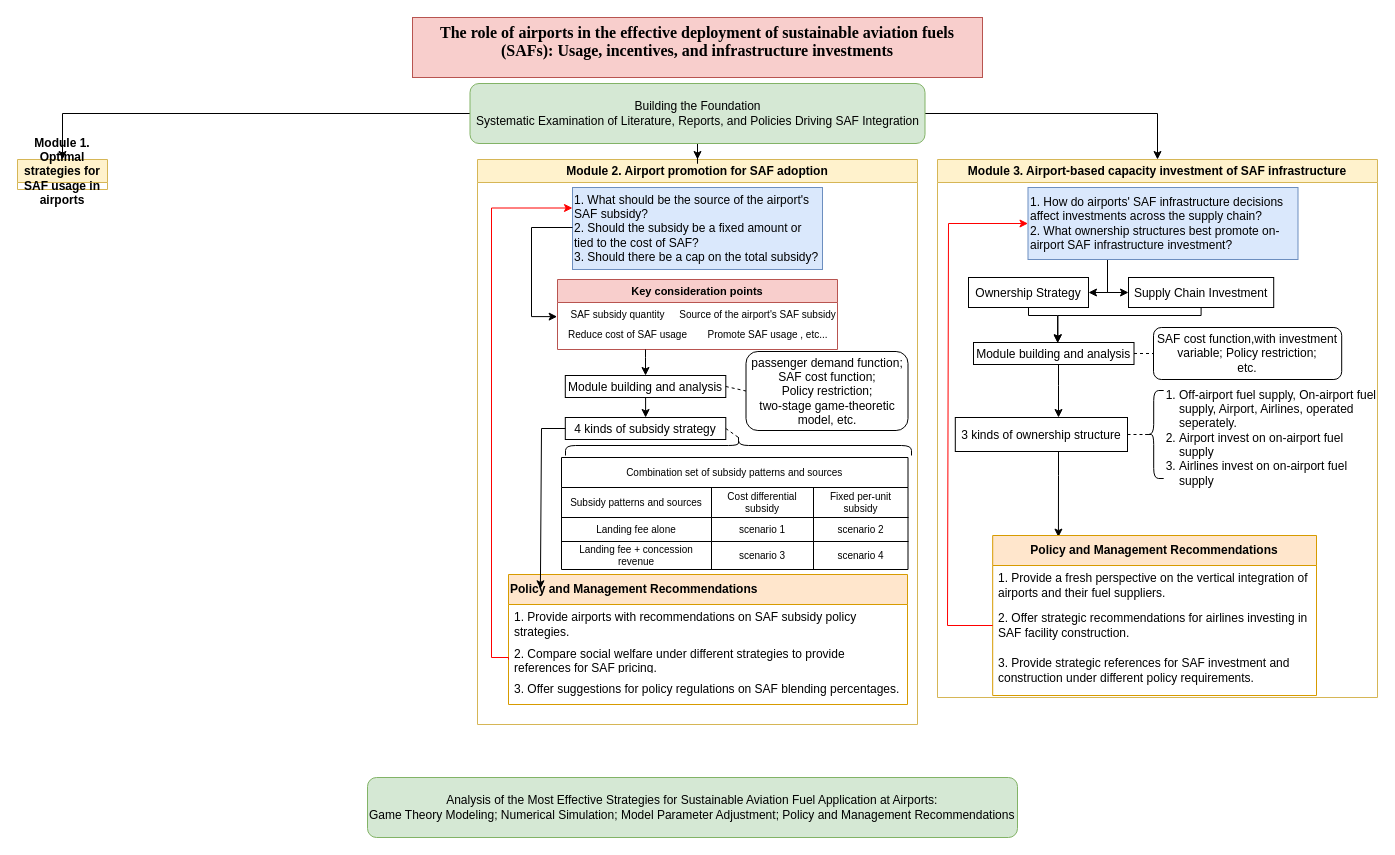
Earlier version of the draw.io diagram 技术路线图.drawio (HengfeiMa95/paper-reading). Source tidied: cells renumbered, new cells numbered last; positions are measured from the earlier drawing's top-left corner, leaving out a move shared by most shapes. Both pictures are drawn from the tidied source at 100%, with x=0, y=0 at pixel (17, 17).
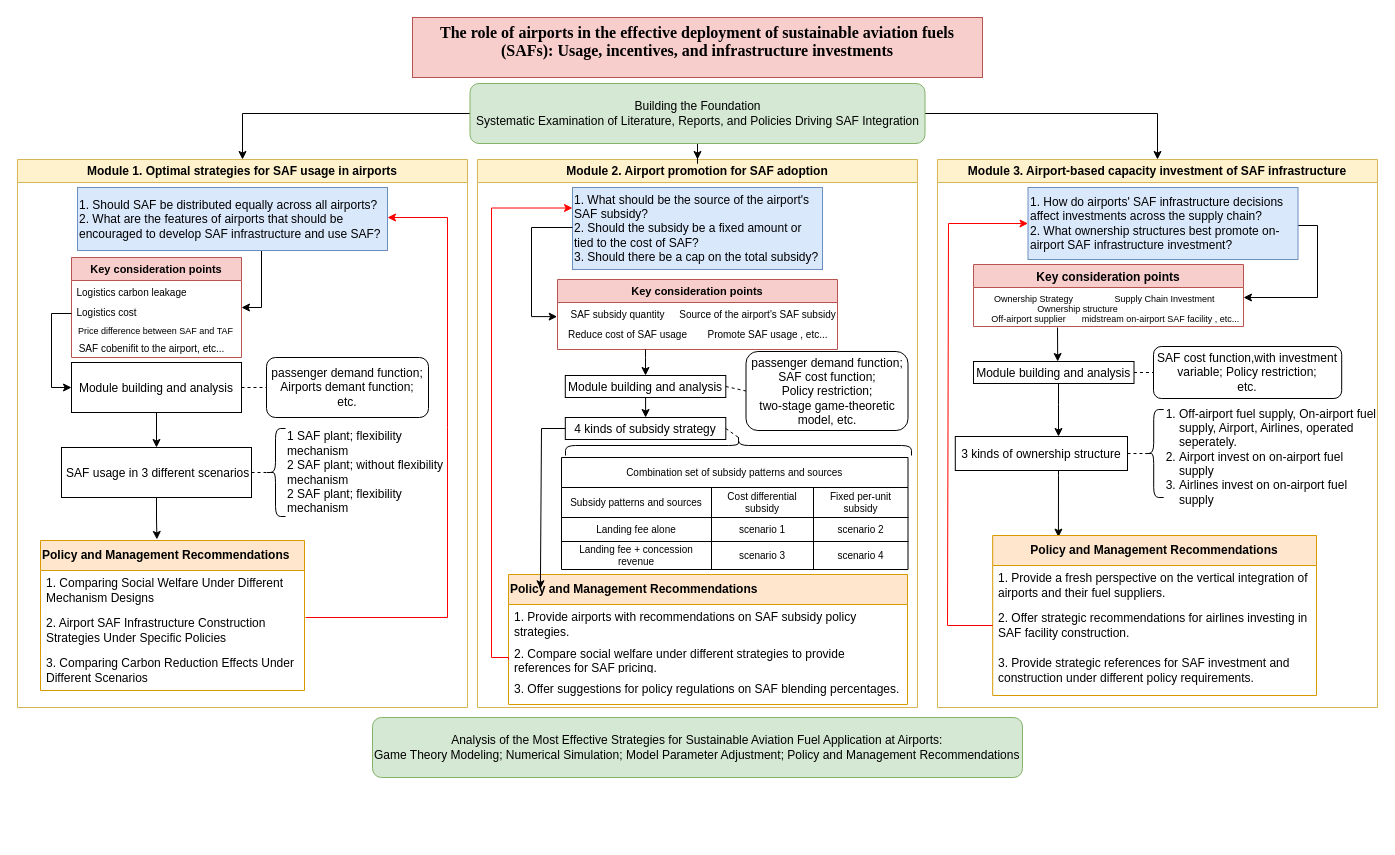
Above is the later version.

Commit message (it also covers changes not shown here):
Update 技术路线图.drawio

Unchanged cells that the change refers to:
```xml
<mxCell id="41" value="&lt;div&gt;1. How do airports' SAF infrastructure decisions affect investments across the supply chain?&lt;/div&gt;&lt;div&gt;2. What ownership structures best promote on-airport SAF infrastructure investment?&lt;/div&gt;" style="text;strokeColor=#6c8ebf;fillColor=#dae8fc;html=1;whiteSpace=wrap;verticalAlign=middle;overflow=hidden;" parent="38" vertex="1">
  <mxGeometry x="90.5" y="28" width="270" height="72" as="geometry" />
</mxCell>
```

The edit, as a diff of the source:
```diff
@@
-    <mxCell id="2" value="Module 1. Optimal strategies for SAF usage in airports" style="swimlane;whiteSpace=wrap;fillColor=#fff2cc;strokeColor=#d6b656;" parent="1" vertex="1" collapsed="1">
-      <mxGeometry y="142" width="90" height="30" as="geometry" />
+    <mxCell id="2" value="Module 1. Optimal strategies for SAF usage in airports" style="swimlane;whiteSpace=wrap;fillColor=#fff2cc;strokeColor=#d6b656;" parent="1" vertex="1">
+      <mxGeometry y="142" width="450" height="548" as="geometry" />
     </mxCell>
+    <mxCell id="66" style="edgeStyle=orthogonalEdgeStyle;rounded=0;jettySize=auto;html=1;entryX=0.5;entryY=0;entryDx=0;entryDy=0;fontFamily=Helvetica;fontSize=12;fontColor=default;" parent="2" edge="1" source="67" target="68">
+      <mxGeometry relative="1" as="geometry" />
+    </mxCell>
+    <mxCell id="67" value="Module building and analysis" parent="2" vertex="1">
+      <mxGeometry x="54" y="203" width="170" height="50" as="geometry" />
+    </mxCell>
+    <mxCell id="68" value=" SAF usage in 3 different scenarios" parent="2" vertex="1">
+      <mxGeometry x="44" y="288" width="190" height="50" as="geometry" />
+    </mxCell>
+    <mxCell id="69" value="passenger demand function;&lt;div&gt;Airports demant function;&lt;/div&gt;&lt;div&gt;etc.&lt;/div&gt;" style="rounded=1;whiteSpace=wrap;html=1;" parent="2" vertex="1">
+      <mxGeometry x="249" y="198" width="162" height="60" as="geometry" />
+    </mxCell>
+    <mxCell id="70" style="endArrow=none;dashed=1;html=1;rounded=0;exitX=1;exitY=0.5;exitDx=0;exitDy=0;entryX=0;entryY=0.5;entryDx=0;entryDy=0;" parent="2" edge="1" source="67" target="69">
+      <mxGeometry relative="1" as="geometry" />
+    </mxCell>
+    <mxCell id="71" style="shape=curlyBracket;whiteSpace=wrap;html=1;rounded=1;labelPosition=left;verticalLabelPosition=middle;align=right;verticalAlign=middle;size=0.5;rotation=0;" parent="2" vertex="1">
+      <mxGeometry x="248" y="269" width="20" height="88" as="geometry" />
+    </mxCell>
+    <mxCell id="72" style="endArrow=none;dashed=1;html=1;rounded=0;fontFamily=Helvetica;fontSize=12;fontColor=default;entryX=0.1;entryY=0.5;entryDx=0;entryDy=0;entryPerimeter=0;exitX=1;exitY=0.5;exitDx=0;exitDy=0;" parent="2" edge="1" source="68" target="71">
+      <mxGeometry relative="1" as="geometry" />
+    </mxCell>
+    <mxCell id="73" value="&lt;span style=&quot;font-weight: 700; text-align: -webkit-center;&quot;&gt;Policy and Management Recommendations&lt;/span&gt;" style="swimlane;fontStyle=0;horizontal=1;startSize=30;whiteSpace=wrap;html=1;align=left;verticalAlign=middle;fontFamily=Helvetica;fontSize=12;fillColor=#ffe6cc;strokeColor=#d79b00;" parent="2" vertex="1">
+      <mxGeometry x="23" y="381" width="264" height="150" as="geometry" />
+    </mxCell>
+    <mxCell id="74" value="1. Comparing Social Welfare Under Different Mechanism Designs" style="text;strokeColor=none;fillColor=none;align=left;verticalAlign=middle;spacingLeft=4;spacingRight=4;overflow=hidden;whiteSpace=wrap;html=1;fontFamily=Helvetica;fontSize=12;fontColor=default;" parent="73" vertex="1">
+      <mxGeometry y="30" width="264" height="40" as="geometry" />
+    </mxCell>
+    <mxCell id="75" value="2. Airport SAF Infrastructure Construction Strategies Under Specific Policies" style="text;strokeColor=none;fillColor=none;align=left;verticalAlign=middle;spacingLeft=4;spacingRight=4;overflow=hidden;whiteSpace=wrap;html=1;fontFamily=Helvetica;fontSize=12;fontColor=default;" parent="73" vertex="1">
+      <mxGeometry y="70" width="264" height="40" as="geometry" />
+    </mxCell>
+    <mxCell id="76" value="3. Comparing Carbon Reduction Effects Under Different Scenarios" style="text;strokeColor=none;fillColor=none;align=left;verticalAlign=middle;spacingLeft=4;spacingRight=4;overflow=hidden;whiteSpace=wrap;html=1;fontFamily=Helvetica;fontSize=12;fontColor=default;" parent="73" vertex="1">
+      <mxGeometry y="110" width="264" height="40" as="geometry" />
+    </mxCell>
+    <mxCell id="77" style="edgeStyle=orthogonalEdgeStyle;rounded=0;jettySize=auto;html=1;entryX=1;entryY=0.5;entryDx=0;entryDy=0;" parent="2" edge="1" source="78" target="82">
+      <mxGeometry relative="1" as="geometry">
+        <Array as="points">
+          <mxPoint x="244" y="148" />
+        </Array>
+      </mxGeometry>
+    </mxCell>
+    <mxCell id="78" value="1. Should SAF be distributed equally across all airports?&amp;nbsp;&lt;div&gt;&lt;span style=&quot;background-color: initial;&quot;&gt;2. What are the features of airports that should be encouraged to develop SAF infrastructure and use SAF?&lt;/span&gt;&lt;br&gt;&lt;/div&gt;" style="text;strokeColor=#6c8ebf;fillColor=#dae8fc;html=1;whiteSpace=wrap;verticalAlign=middle;overflow=hidden;" parent="2" vertex="1">
+      <mxGeometry x="60" y="28" width="310" height="63" as="geometry" />
+    </mxCell>
+    <mxCell id="79" style="endArrow=classic;html=1;rounded=0;fontFamily=Helvetica;fontSize=12;fontColor=default;strokeColor=#FF0000;" parent="2" edge="1">
+      <mxGeometry relative="1" as="geometry">
+        <mxPoint x="288" y="458" as="sourcePoint" />
+        <mxPoint x="370" y="58" as="targetPoint" />
+        <Array as="points">
+          <mxPoint x="430" y="458" />
+          <mxPoint x="430" y="268" />
+          <mxPoint x="430" y="58" />
+        </Array>
+      </mxGeometry>
+    </mxCell>
+    <mxCell id="80" style="edgeStyle=orthogonalEdgeStyle;rounded=0;jettySize=auto;html=1;entryX=0.441;entryY=-0.007;entryDx=0;entryDy=0;entryPerimeter=0;fontFamily=Helvetica;fontSize=12;fontColor=default;" parent="2" edge="1" source="68" target="73">
+      <mxGeometry relative="1" as="geometry" />
+    </mxCell>
+    <mxCell id="81" value="&lt;span style=&quot;background-color: initial;&quot;&gt;1 SAF plant; flexibility mechanism&amp;nbsp;&lt;/span&gt;&lt;br&gt;&lt;span style=&quot;background-color: initial;&quot;&gt;2 SAF plant; without flexibility mechanism&lt;/span&gt;&lt;br&gt;&lt;span style=&quot;background-color: initial;&quot;&gt;2 SAF plant; flexibility mechanism&lt;/span&gt;" style="text;strokeColor=none;fillColor=none;html=1;whiteSpace=wrap;verticalAlign=middle;overflow=hidden;" parent="2" vertex="1">
+      <mxGeometry x="268" y="252" width="162" height="122" as="geometry" />
+    </mxCell>
+    <mxCell id="82" value="Key consideration points" style="swimlane;fillColor=#f8cecc;strokeColor=#b85450;fontSize=11;" parent="2" vertex="1">
+      <mxGeometry x="54" y="98" width="170" height="100" as="geometry" />
+    </mxCell>
+    <mxCell id="83" value="SAF cobenifit to the airport, etc..." style="text;html=1;align=center;verticalAlign=middle;strokeColor=none;fillColor=none;fontSize=10;" parent="82" vertex="1">
+      <mxGeometry x="-5" y="76" width="170" height="30" as="geometry" />
+    </mxCell>
+    <mxCell id="84" value="Logistics carbon leakage" style="text;html=1;align=center;verticalAlign=middle;strokeColor=none;fillColor=none;fontSize=10;" parent="82" vertex="1">
+      <mxGeometry x="-5" y="20" width="130" height="30" as="geometry" />
+    </mxCell>
+    <mxCell id="85" value="Logistics cost" style="text;html=1;align=center;verticalAlign=middle;strokeColor=none;fillColor=none;fontSize=10;" parent="82" vertex="1">
+      <mxGeometry x="-5" y="40" width="80" height="30" as="geometry" />
+    </mxCell>
+    <mxCell id="86" value="Price difference between SAF and TAF" style="text;html=1;align=center;verticalAlign=middle;strokeColor=none;fillColor=none;fontSize=9;" parent="82" vertex="1">
+      <mxGeometry x="-6" y="64" width="180" height="20" as="geometry" />
+    </mxCell>
+    <mxCell id="87" style="edgeStyle=orthogonalEdgeStyle;rounded=0;jettySize=auto;html=1;entryX=0;entryY=0.5;entryDx=0;entryDy=0;" parent="2" edge="1" target="67">
+      <mxGeometry relative="1" as="geometry">
+        <mxPoint x="54" y="154" as="sourcePoint" />
+        <Array as="points">
+          <mxPoint x="34" y="154" />
+          <mxPoint x="34" y="228" />
+        </Array>
+      </mxGeometry>
+    </mxCell>
     <mxCell id="3" value="Module 2. Airport promotion for SAF adoption" style="swimlane;whiteSpace=wrap;fillColor=#fff2cc;strokeColor=#d6b656;" parent="1" vertex="1">
-      <mxGeometry x="460" y="142" width="440" height="565" as="geometry" />
+      <mxGeometry x="460" y="142" width="440" height="548" as="geometry" />
     </mxCell>
@@
     <mxCell id="38" value="Module 3. Airport-based capacity investment of SAF infrastructure" style="swimlane;whiteSpace=wrap;fillColor=#fff2cc;strokeColor=#d6b656;" parent="1" vertex="1">
-      <mxGeometry x="920" y="142" width="440" height="538" as="geometry" />
+      <mxGeometry x="920" y="142" width="440" height="548" as="geometry" />
     </mxCell>
-    <mxCell id="39" style="edgeStyle=orthogonalEdgeStyle;rounded=0;jettySize=auto;html=1;entryX=1;entryY=0.5;entryDx=0;entryDy=0;fontFamily=Helvetica;fontSize=12;fontColor=default;" parent="38" edge="1" source="41" target="43">
-      <mxGeometry relative="1" as="geometry">
-        <Array as="points">
-          <mxPoint x="170" y="133" />
-        </Array>
-      </mxGeometry>
-    </mxCell>
-    <mxCell id="40" style="edgeStyle=orthogonalEdgeStyle;rounded=0;jettySize=auto;html=1;entryX=0;entryY=0.5;entryDx=0;entryDy=0;fontFamily=Helvetica;fontSize=12;fontColor=default;" parent="38" edge="1" source="41" target="45">
-      <mxGeometry relative="1" as="geometry">
-        <Array as="points">
-          <mxPoint x="170" y="133" />
-        </Array>
-      </mxGeometry>
-    </mxCell>
+    <mxCell id="88" style="edgeStyle=orthogonalEdgeStyle;rounded=0;orthogonalLoop=1;jettySize=auto;html=1;entryX=1;entryY=0.5;entryDx=0;entryDy=0;" parent="38" edge="1">
+      <mxGeometry relative="1" as="geometry">
+        <mxPoint x="360.5" y="66" as="sourcePoint" />
+        <mxPoint x="306" y="138" as="targetPoint" />
+        <Array as="points">
+          <mxPoint x="380" y="66" />
+          <mxPoint x="380" y="138" />
+        </Array>
+      </mxGeometry>
+    </mxCell>
@@
-    <mxCell id="42" style="edgeStyle=orthogonalEdgeStyle;rounded=0;jettySize=auto;html=1;entryX=0.524;entryY=0.023;entryDx=0;entryDy=0;fontFamily=Helvetica;fontSize=12;fontColor=default;entryPerimeter=0;" parent="38" edge="1" source="43" target="47">
-      <mxGeometry relative="1" as="geometry">
-        <Array as="points">
-          <mxPoint x="91" y="156" />
-          <mxPoint x="121" y="156" />
-          <mxPoint x="121" y="184" />
-        </Array>
-      </mxGeometry>
-    </mxCell>
-    <mxCell id="43" value="Ownership Strategy" parent="38" vertex="1">
-      <mxGeometry x="31" y="118" width="120" height="30" as="geometry" />
-    </mxCell>
-    <mxCell id="44" style="edgeStyle=orthogonalEdgeStyle;rounded=0;jettySize=auto;html=1;entryX=0.526;entryY=0.008;entryDx=0;entryDy=0;fontFamily=Helvetica;fontSize=12;fontColor=default;entryPerimeter=0;" parent="38" edge="1" source="45" target="47">
-      <mxGeometry relative="1" as="geometry">
-        <Array as="points">
-          <mxPoint x="264" y="156" />
-          <mxPoint x="121" y="156" />
-          <mxPoint x="121" y="183" />
-        </Array>
-      </mxGeometry>
-    </mxCell>
-    <mxCell id="45" value="Supply Chain Investment" parent="38" vertex="1">
-      <mxGeometry x="191" y="118" width="145.2" height="30" as="geometry" />
-    </mxCell>
     <mxCell id="46" style="edgeStyle=orthogonalEdgeStyle;rounded=0;jettySize=auto;html=1;fontFamily=Helvetica;fontSize=12;fontColor=default;" parent="38" edge="1" source="47" target="50">
       <mxGeometry relative="1" as="geometry">
         <Array as="points">
-          <mxPoint x="121" y="226" />
-          <mxPoint x="121" y="226" />
+          <mxPoint x="121" y="245" />
+          <mxPoint x="121" y="245" />
         </Array>
       </mxGeometry>
     </mxCell>
     <mxCell id="47" value="Module building and analysis" parent="38" vertex="1">
-      <mxGeometry x="36" y="183" width="160.5" height="22" as="geometry" />
+      <mxGeometry x="36" y="202" width="160.5" height="22" as="geometry" />
     </mxCell>
     <mxCell id="48" value="SAF cost function,with investment variable; Policy restriction;&lt;br&gt;etc." style="rounded=1;whiteSpace=wrap;html=1;" parent="38" vertex="1">
-      <mxGeometry x="216" y="168" width="188.2" height="52" as="geometry" />
+      <mxGeometry x="216" y="187" width="188.2" height="52" as="geometry" />
     </mxCell>
@@
     <mxCell id="50" value="3 kinds of ownership structure" parent="38" vertex="1">
-      <mxGeometry x="17.8" y="258" width="172.2" height="34" as="geometry" />
+      <mxGeometry x="17.8" y="277" width="172.2" height="34" as="geometry" />
     </mxCell>
     <mxCell id="51" style="shape=curlyBracket;whiteSpace=wrap;html=1;rounded=1;labelPosition=left;verticalLabelPosition=middle;align=right;verticalAlign=middle;size=0.5;rotation=0;" parent="38" vertex="1">
-      <mxGeometry x="206.2" y="231" width="20" height="88" as="geometry" />
+      <mxGeometry x="206.2" y="250" width="20" height="88" as="geometry" />
     </mxCell>
     <mxCell id="52" value="&lt;ol&gt;&lt;li&gt;&lt;span style=&quot;background-color: initial;&quot;&gt;Off-airport fuel supply, On-airport fuel supply, Airport, Airlines, operated seperately.&lt;/span&gt;&lt;/li&gt;&lt;li&gt;&lt;span style=&quot;background-color: initial;&quot;&gt;Airport invest on on-airport fuel supply&lt;/span&gt;&lt;/li&gt;&lt;li&gt;&lt;span style=&quot;background-color: initial;&quot;&gt;Airlines invest on on-airport fuel supply&amp;nbsp;&lt;/span&gt;&lt;/li&gt;&lt;/ol&gt;" style="text;strokeColor=none;fillColor=none;html=1;whiteSpace=wrap;verticalAlign=middle;overflow=hidden;" parent="38" vertex="1">
-      <mxGeometry x="200" y="214" width="240" height="122" as="geometry" />
+      <mxGeometry x="200" y="233" width="240" height="122" as="geometry" />
     </mxCell>
@@
+    <mxCell id="89" value="Key consideration points" style="swimlane;fillColor=#f8cecc;strokeColor=#b85450;" parent="38" vertex="1">
+      <mxGeometry x="36" y="105" width="270" height="62" as="geometry" />
+    </mxCell>
+    <mxCell id="90" value="midstream on-airport SAF facility&amp;nbsp;, etc..." style="text;html=1;align=center;verticalAlign=middle;strokeColor=none;fillColor=none;fontSize=9;" parent="89" vertex="1">
+      <mxGeometry x="97" y="45" width="180" height="20" as="geometry" />
+    </mxCell>
+    <mxCell id="43" value="Ownership Strategy" style="text;html=1;align=center;verticalAlign=middle;points=[];strokeColor=none;fillColor=none;fontSize=9;" parent="89" vertex="1">
+      <mxGeometry x="10" y="25" width="100" height="20" as="geometry" />
+    </mxCell>
+    <mxCell id="45" value="Supply Chain Investment" style="text;html=1;align=center;verticalAlign=middle;points=[];strokeColor=none;fillColor=none;fontSize=9;" parent="89" vertex="1">
+      <mxGeometry x="131" y="25" width="120" height="20" as="geometry" />
+    </mxCell>
+    <mxCell id="91" value="Off-airport supplier" style="text;html=1;align=center;verticalAlign=middle;strokeColor=none;fillColor=none;fontSize=9;" parent="89" vertex="1">
+      <mxGeometry x="5" y="45" width="100" height="20" as="geometry" />
+    </mxCell>
+    <mxCell id="92" value="Ownership structure" style="text;html=1;align=center;verticalAlign=middle;strokeColor=none;fillColor=none;fontSize=9;" parent="89" vertex="1">
+      <mxGeometry x="54" y="35" width="100" height="20" as="geometry" />
+    </mxCell>
+    <mxCell id="93" style="edgeStyle=orthogonalEdgeStyle;rounded=0;orthogonalLoop=1;jettySize=auto;html=1;entryX=0.5;entryY=0;entryDx=0;entryDy=0;" parent="38" edge="1">
+      <mxGeometry relative="1" as="geometry">
+        <mxPoint x="120" y="168" as="sourcePoint" />
+        <mxPoint x="120.2" y="202" as="targetPoint" />
+        <Array as="points">
+          <mxPoint x="120" y="168" />
+          <mxPoint x="120" y="182" />
+        </Array>
+      </mxGeometry>
+    </mxCell>
@@
     <mxCell id="65" value="&lt;div style=&quot;text-align: center;&quot;&gt;Analysis of the Most Effective Strategies for Sustainable Aviation Fuel Application at Airports:&lt;/div&gt;&lt;div&gt;&lt;span style=&quot;background-color: initial;&quot;&gt;Game Theory Modeling; Numerical Simulation;&amp;nbsp;&lt;/span&gt;&lt;span style=&quot;background-color: initial;&quot;&gt;Model Parameter Adjustment;&amp;nbsp;&lt;/span&gt;&lt;span style=&quot;background-color: initial;&quot;&gt;Policy and Management Recommendations&lt;/span&gt;&lt;/div&gt;" style="rounded=1;whiteSpace=wrap;html=1;align=left;verticalAlign=middle;fontFamily=Helvetica;fontSize=12;fillColor=#d5e8d4;strokeColor=#82b366;" parent="1" vertex="1">
-      <mxGeometry x="350" y="760" width="650" height="60" as="geometry" />
+      <mxGeometry x="355" y="700" width="650" height="60" as="geometry" />
     </mxCell>
```
